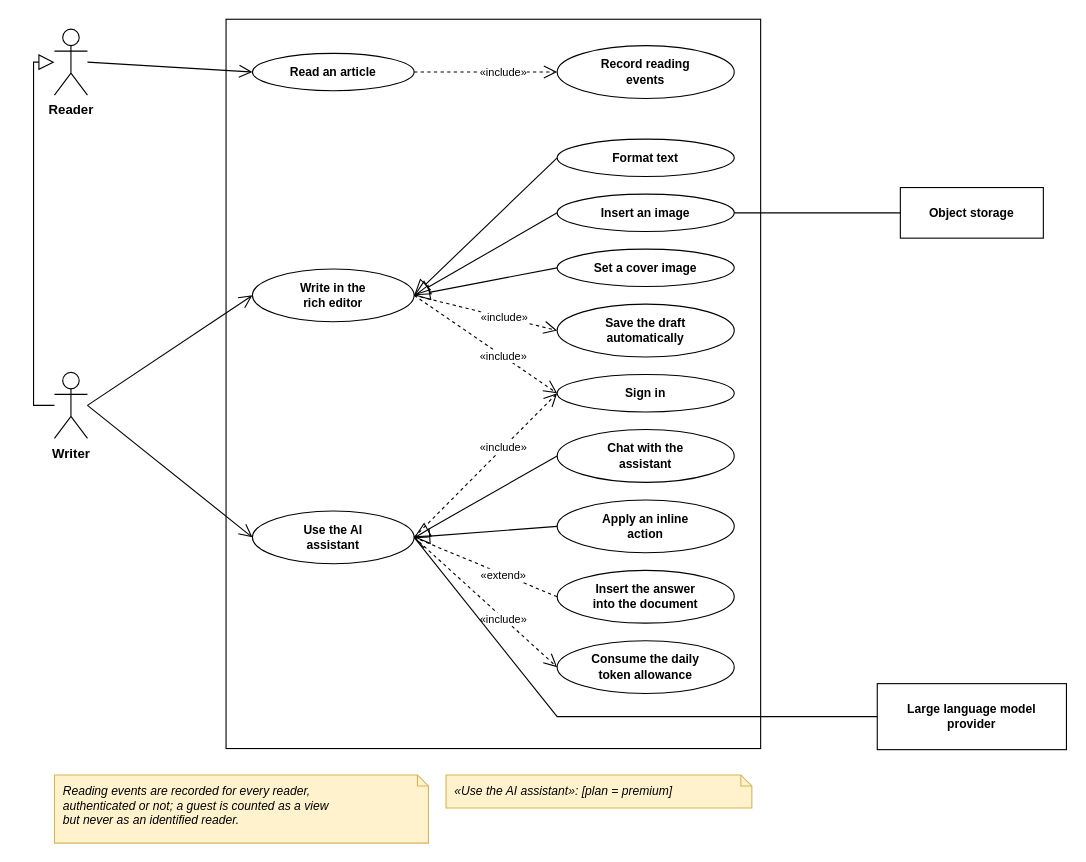
inkwell-dev/spec.inkwell.ai keeps this draw.io diagram as diagrams/fig-4-4-use-case-sprint-2/fig-4-4-use-case-sprint-2.drawio. Above is the earlier version. Source tidied: cells renumbered, new cells numbered last; positions are measured from the earlier drawing's top-left corner, leaving out a move shared by most shapes. Both pictures are drawn from the tidied source at 110%, with x=0, y=0 at pixel (33, 19).
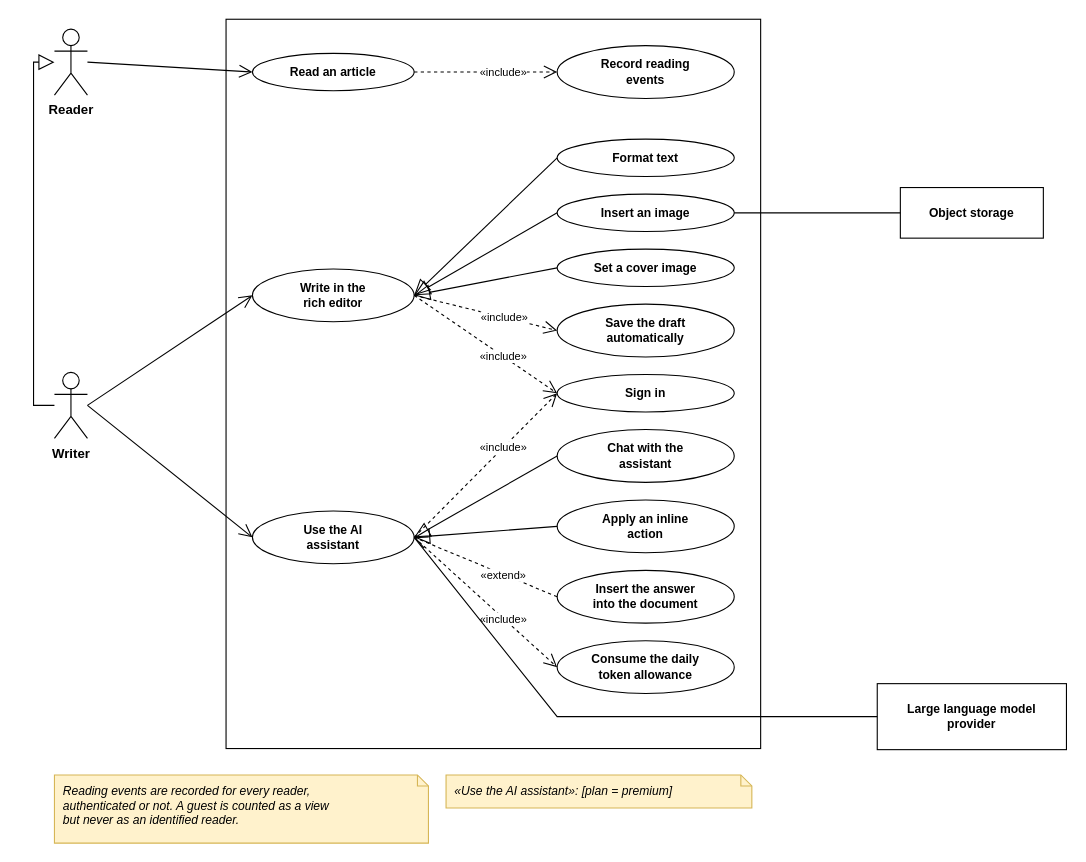
The same page after the edit.

Diff of the diagram source:
```diff
@@
-    <mxCell id="37" value="Reading events are recorded for every reader,&lt;br&gt;authenticated or not; a guest is counted as a view&lt;br&gt;but never as an identified reader." style="shape=note;whiteSpace=wrap;html=1;size=10;fillColor=#FFF2CC;strokeColor=#D6B656;align=left;verticalAlign=top;spacingLeft=6;spacingTop=2;fontStyle=2;fontSize=11;fontFamily=Helvetica;fontColor=#000000;" parent="1" vertex="1">
+    <mxCell id="37" value="Reading events are recorded for every reader,&lt;br&gt;authenticated or not. A guest is counted as a view&lt;br&gt;but never as an identified reader." style="shape=note;whiteSpace=wrap;html=1;size=10;fillColor=#FFF2CC;strokeColor=#D6B656;align=left;verticalAlign=top;spacingLeft=6;spacingTop=2;fontStyle=2;fontSize=11;fontFamily=Helvetica;fontColor=#000000;" parent="1" vertex="1">
       <mxGeometry x="19" y="687" width="340" height="62" as="geometry" />
     </mxCell>
```
